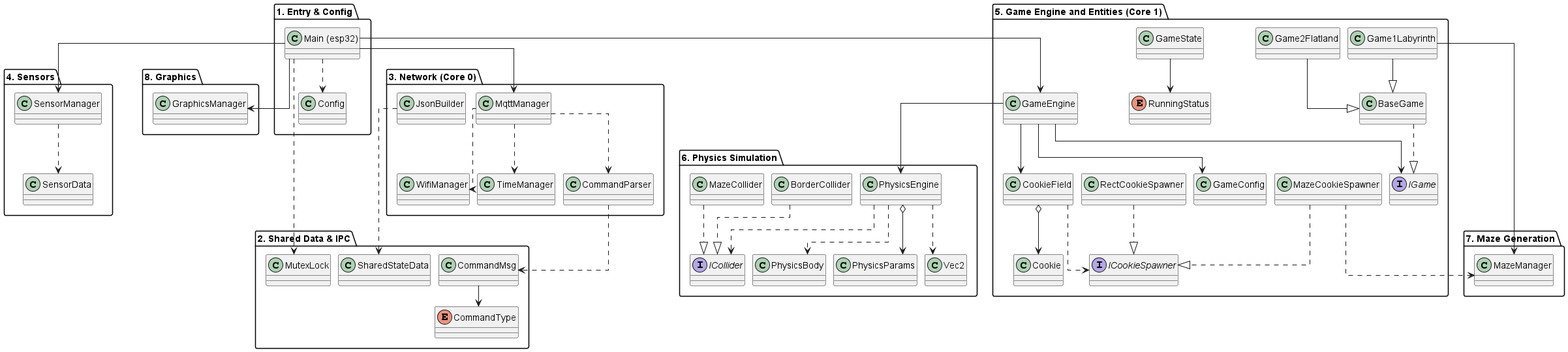
Earlier version of the PlantUML export diagrams/out/hardware-architecture/hardware-architecture.png (s-voelkl/BiteBound).
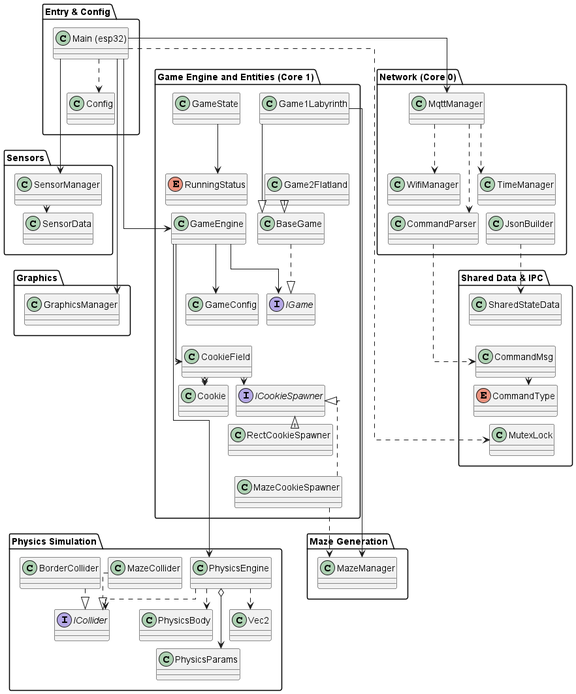
Above is the later version.

Commit message:
Add hardware architecture, smaller fixes

Change to the diagram source:
```diff
@@ -4,19 +4,21 @@
 skinparam nodesep 12
 skinparam ranksep 12
 
-package "1. Entry & Config" as Layer1 {
+package "Entry & Config" as Layer1 {
     class "Main (esp32)" as Main
     class "Config" as Config
 }
 
-package "2. Shared Data & IPC" as Layer2 {
-    class SharedStateData
-    class CommandMsg
-    enum CommandType
-    class MutexLock
+package "Sensors" as Layer4 {
+    class SensorManager
+    class SensorData
 }
 
-package "3. Network (Core 0)" as Layer3 {
+package "Graphics" as Layer8 {
+    class GraphicsManager
+}
+
+package "Network (Core 0)" as Layer3 {
     class MqttManager
     class WifiManager
     class TimeManager
@@ -24,12 +26,14 @@
     class CommandParser
 }
 
-package "4. Sensors" as Layer4 {
-    class SensorManager
-    class SensorData
+package "Shared Data & IPC" as Layer2 {
+    class SharedStateData
+    class CommandMsg
+    enum CommandType
+    class MutexLock
 }
 
-package "5. Game Engine and Entities (Core 1)" as Layer5 {
+package "Game Engine and Entities (Core 1)" as Layer5 {
     class GameEngine
     class GameConfig
     interface IGame
@@ -45,7 +49,7 @@
     enum RunningStatus
 }
 
-package "6. Physics Simulation" as Layer6 {
+package "Physics Simulation" as Layer6 {
     class PhysicsEngine
     class PhysicsBody
     class PhysicsParams
@@ -55,14 +59,49 @@
     class MazeCollider
 }
 
-package "7. Maze Generation" as Layer7 {
+package "Maze Generation" as Layer7 {
     class MazeManager
 }
 
-package "8. Graphics" as Layer8 {
-    class GraphicsManager
-}
 
+Config -[hidden]down-> SensorManager
+SensorData -[hidden]down-> GraphicsManager
+CommandParser -[hidden]down-> SharedStateData
+Config -[hidden]right-> GameState
+MazeCookieSpawner -[hidden]down-> PhysicsEngine
+
+
+
+Main -[hidden]down-> Config
+
+SensorManager -[hidden]down-> SensorData
+
+TimeManager -[hidden]down-> JsonBuilder
+WifiManager -[hidden]down-> CommandParser
+
+SharedStateData -[hidden]down-> CommandMsg
+CommandMsg -[hidden]down-> CommandType
+CommandType -[hidden]down-> MutexLock
+
+GameState -[hidden]down-> RunningStatus
+RunningStatus -[hidden]down-> GameEngine
+GameEngine -[hidden]down-> GameConfig
+GameConfig -[hidden]down-> CookieField
+ICookieSpawner -[hidden]down-> RectCookieSpawner
+RectCookieSpawner -[hidden]down-> MazeCookieSpawner
+
+Game1Labyrinth -[hidden]down-> Game2Flatland
+Game2Flatland -[hidden]down-> BaseGame
+BaseGame -[hidden]down-> IGame
+
+GameEngine -[hidden]right-> BaseGame
+
+PhysicsEngine -[hidden]down-> PhysicsBody
+PhysicsBody -[hidden]down-> PhysicsParams
+
+BorderCollider -[hidden]down-> ICollider
+
+PhysicsEngine -[hidden]right-> MazeCollider
 
 
 Main --> SensorManager
```
